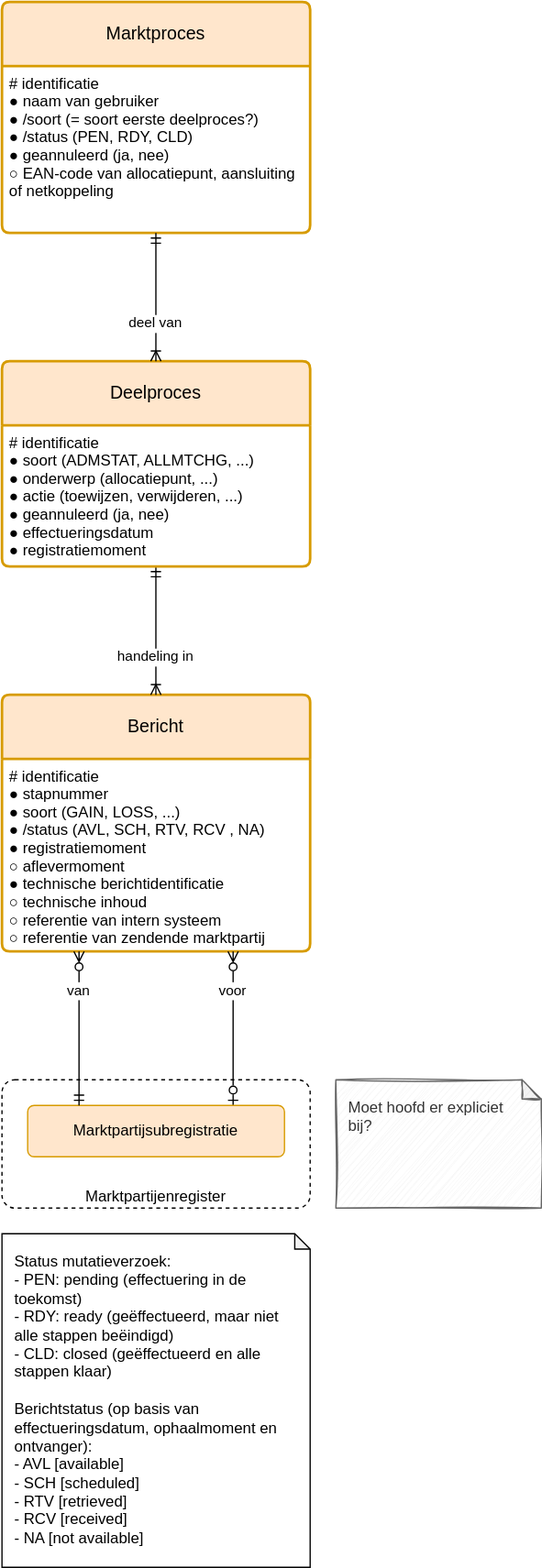
This is registers/marktprocesregister/1.0/marktprocesregister.drawio.svg from Netbeheer-Nederland/stelsel, a draw.io export, as it was before one commit. Source tidied: cells renumbered, new cells last; positions are measured from the earlier drawing's top-left corner, leaving out a move shared by most shapes. Source of this version:
```xml
<mxGraphModel>
  <root>
    <mxCell id="0" />
    <mxCell id="1" parent="0" />
    <mxCell id="2" value="Marktpartijenregister" style="rounded=1;whiteSpace=wrap;absoluteArcSize=1;dashed=1;fillColor=default;verticalAlign=bottom;spacingLeft=10;spacingRight=10;" parent="1" vertex="1">
      <mxGeometry y="840" width="240" height="100" as="geometry" />
    </mxCell>
    <mxCell id="3" value="Marktproces" style="swimlane;horizontal=1;startSize=50;rounded=1;fontSize=14;fontStyle=0;strokeWidth=2;shadow=0;dashed=0;align=center;arcSize=4;whiteSpace=wrap;spacing=10;fillColor=#ffe6cc;strokeColor=#d79b00;" parent="1" vertex="1">
      <mxGeometry width="240" height="180" as="geometry" />
    </mxCell>
    <mxCell id="4" value="# identificatie&#10;● naam van gebruiker&#10;● /soort (= soort eerste deelproces?)&#10;● /status (PEN, RDY, CLD)&#10;● geannuleerd (ja, nee)&#10;○ EAN-code van allocatiepunt, aansluiting&#10;   of netkoppeling" style="align=left;strokeColor=none;fillColor=none;spacingLeft=4;fontSize=12;verticalAlign=top;" parent="3" vertex="1">
      <mxGeometry y="50" width="240" height="130" as="geometry" />
    </mxCell>
    <mxCell id="5" value="Bericht" style="swimlane;horizontal=1;startSize=50;rounded=1;fontSize=14;fontStyle=0;strokeWidth=2;shadow=0;dashed=0;align=center;arcSize=4;whiteSpace=wrap;spacing=10;fillColor=#ffe6cc;strokeColor=#d79b00;" parent="1" vertex="1">
      <mxGeometry y="540" width="240" height="200" as="geometry" />
    </mxCell>
    <mxCell id="6" value="# identificatie&#10;● stapnummer&#10;● soort (GAIN, LOSS, ...)&#10;● /status (AVL, SCH, RTV, RCV , NA)&#10;● registratiemoment&#10;○ aflevermoment&#10;● technische berichtidentificatie&#10;○ technische inhoud&#10;○ referentie van intern systeem&#10;○ referentie van zendende marktpartij" style="align=left;strokeColor=none;fillColor=none;spacingLeft=4;fontSize=12;verticalAlign=top;" parent="5" vertex="1">
      <mxGeometry y="50" width="240" height="150" as="geometry" />
    </mxCell>
    <mxCell id="7" value="handeling in" style="endArrow=ERmandOne;edgeStyle=elbowEdgeStyle;endFill=0;startArrow=ERoneToMany;startFill=0;align=center;" parent="1" edge="1" source="5" target="8">
      <mxGeometry x="-0.4" relative="1" as="geometry" />
    </mxCell>
    <mxCell id="8" value="Deelproces" style="swimlane;horizontal=1;startSize=50;rounded=1;fontSize=14;fontStyle=0;strokeWidth=2;shadow=0;dashed=0;align=center;arcSize=4;whiteSpace=wrap;spacing=10;fillColor=#ffe6cc;strokeColor=#d79b00;" parent="1" vertex="1">
      <mxGeometry y="280" width="240" height="160" as="geometry" />
    </mxCell>
    <mxCell id="9" value="# identificatie&#10;● soort (ADMSTAT, ALLMTCHG, ...)&#10;● onderwerp (allocatiepunt, ...)&#10;● actie (toewijzen, verwijderen, ...)&#10;● geannuleerd (ja, nee)&#10;● effectueringsdatum&#10;● registratiemoment" style="align=left;strokeColor=none;fillColor=none;spacingLeft=4;fontSize=12;verticalAlign=top;" parent="8" vertex="1">
      <mxGeometry y="50" width="240" height="110" as="geometry" />
    </mxCell>
    <mxCell id="10" value="deel van" style="endArrow=ERmandOne;edgeStyle=elbowEdgeStyle;endFill=0;startArrow=ERoneToMany;startFill=0;align=center;" parent="1" edge="1" source="8" target="3">
      <mxGeometry x="-0.4" relative="1" as="geometry" />
    </mxCell>
    <mxCell id="11" value="voor" style="endArrow=ERzeroToOne;edgeStyle=elbowEdgeStyle;endFill=0;startArrow=ERzeroToMany;startFill=0;align=center;" parent="1" edge="1" source="5" target="12">
      <mxGeometry x="-0.5" relative="1" as="geometry">
        <Array as="points">
          <mxPoint x="180" y="800" />
        </Array>
      </mxGeometry>
    </mxCell>
    <mxCell id="12" value="Marktpartijsubregistratie" style="rounded=1;arcSize=10;whiteSpace=wrap;align=center;absoluteArcSize=1;spacing=10;fillColor=#ffe6cc;strokeColor=#d79b00;" parent="1" vertex="1">
      <mxGeometry x="20" y="860" width="200" height="40" as="geometry" />
    </mxCell>
    <mxCell id="13" value="van" style="endArrow=ERmandOne;edgeStyle=elbowEdgeStyle;endFill=0;startArrow=ERzeroToMany;startFill=0;align=center;" parent="1" edge="1" source="5" target="12">
      <mxGeometry x="-0.5" relative="1" as="geometry">
        <Array as="points">
          <mxPoint x="60" y="800" />
        </Array>
      </mxGeometry>
    </mxCell>
    <mxCell id="14" value="Status mutatieverzoek:&#10;- PEN: pending (effectuering in de toekomst)&#10;- RDY: ready (geëffectueerd, maar niet alle stappen beëindigd)&#10;- CLD: closed (geëffectueerd en alle stappen klaar)&#10;&#10;Berichtstatus (op basis van effectueringsdatum, ophaalmoment en ontvanger):&#10;- AVL [available]&#10;- SCH [scheduled]&#10;- RTV [retrieved]&#10;- RCV [received]&#10;- NA [not available]" style="shape=note;whiteSpace=wrap;backgroundOutline=1;darkOpacity=0.05;align=left;verticalAlign=top;size=12;spacing=10;" parent="1" vertex="1">
      <mxGeometry y="960" width="240" height="260" as="geometry" />
    </mxCell>
    <mxCell id="15" value="Moet hoofd er expliciet bij?" style="shape=note;whiteSpace=wrap;backgroundOutline=1;darkOpacity=0.05;align=left;verticalAlign=top;size=15;spacing=10;sketch=1;curveFitting=1;jiggle=2;fillColor=#f5f5f5;fontColor=#333333;strokeColor=#666666;" parent="1" vertex="1">
      <mxGeometry x="260" y="840" width="160" height="100" as="geometry" />
    </mxCell>
  </root>
</mxGraphModel>
```
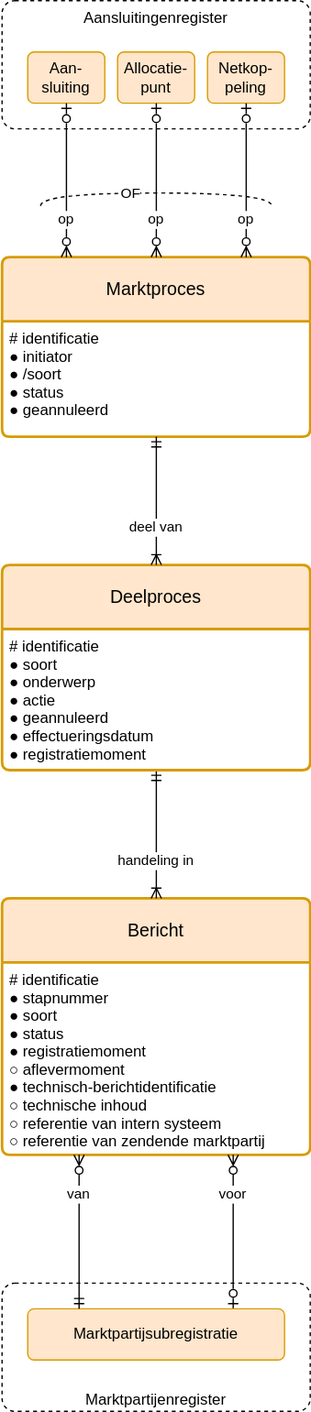
The same file after the commit.

Commit message:
marktprocesregister: definities

The edit, as a diff of the source:
```diff
@@ -6,15 +6,15 @@
       <mxGeometry y="840" width="240" height="100" as="geometry" />
     </mxCell>
     <mxCell id="3" value="Marktproces" style="swimlane;horizontal=1;startSize=50;rounded=1;fontSize=14;fontStyle=0;strokeWidth=2;shadow=0;dashed=0;align=center;arcSize=4;whiteSpace=wrap;spacing=10;fillColor=#ffe6cc;strokeColor=#d79b00;" parent="1" vertex="1">
-      <mxGeometry width="240" height="180" as="geometry" />
+      <mxGeometry y="40" width="240" height="140" as="geometry" />
     </mxCell>
-    <mxCell id="4" value="# identificatie&#10;● naam van gebruiker&#10;● /soort (= soort eerste deelproces?)&#10;● /status (PEN, RDY, CLD)&#10;● geannuleerd (ja, nee)&#10;○ EAN-code van allocatiepunt, aansluiting&#10;   of netkoppeling" style="align=left;strokeColor=none;fillColor=none;spacingLeft=4;fontSize=12;verticalAlign=top;" parent="3" vertex="1">
-      <mxGeometry y="50" width="240" height="130" as="geometry" />
+    <mxCell id="4" value="# identificatie&#10;● initiator&#10;● /soort&#10;● status&#10;● geannuleerd" style="align=left;strokeColor=none;fillColor=none;spacingLeft=4;fontSize=12;verticalAlign=top;" parent="3" vertex="1">
+      <mxGeometry y="50" width="240" height="90" as="geometry" />
     </mxCell>
     <mxCell id="5" value="Bericht" style="swimlane;horizontal=1;startSize=50;rounded=1;fontSize=14;fontStyle=0;strokeWidth=2;shadow=0;dashed=0;align=center;arcSize=4;whiteSpace=wrap;spacing=10;fillColor=#ffe6cc;strokeColor=#d79b00;" parent="1" vertex="1">
       <mxGeometry y="540" width="240" height="200" as="geometry" />
     </mxCell>
-    <mxCell id="6" value="# identificatie&#10;● stapnummer&#10;● soort (GAIN, LOSS, ...)&#10;● /status (AVL, SCH, RTV, RCV , NA)&#10;● registratiemoment&#10;○ aflevermoment&#10;● technische berichtidentificatie&#10;○ technische inhoud&#10;○ referentie van intern systeem&#10;○ referentie van zendende marktpartij" style="align=left;strokeColor=none;fillColor=none;spacingLeft=4;fontSize=12;verticalAlign=top;" parent="5" vertex="1">
+    <mxCell id="6" value="# identificatie&#10;● stapnummer&#10;● soort&#10;● status&#10;● registratiemoment&#10;○ aflevermoment&#10;● technisch-berichtidentificatie&#10;○ technische inhoud&#10;○ referentie van intern systeem&#10;○ referentie van zendende marktpartij" style="align=left;strokeColor=none;fillColor=none;spacingLeft=4;fontSize=12;verticalAlign=top;" parent="5" vertex="1">
       <mxGeometry y="50" width="240" height="150" as="geometry" />
     </mxCell>
     <mxCell id="7" value="handeling in" style="endArrow=ERmandOne;edgeStyle=elbowEdgeStyle;endFill=0;startArrow=ERoneToMany;startFill=0;align=center;" parent="1" edge="1" source="5" target="8">
@@ -23,7 +23,7 @@
     <mxCell id="8" value="Deelproces" style="swimlane;horizontal=1;startSize=50;rounded=1;fontSize=14;fontStyle=0;strokeWidth=2;shadow=0;dashed=0;align=center;arcSize=4;whiteSpace=wrap;spacing=10;fillColor=#ffe6cc;strokeColor=#d79b00;" parent="1" vertex="1">
       <mxGeometry y="280" width="240" height="160" as="geometry" />
     </mxCell>
-    <mxCell id="9" value="# identificatie&#10;● soort (ADMSTAT, ALLMTCHG, ...)&#10;● onderwerp (allocatiepunt, ...)&#10;● actie (toewijzen, verwijderen, ...)&#10;● geannuleerd (ja, nee)&#10;● effectueringsdatum&#10;● registratiemoment" style="align=left;strokeColor=none;fillColor=none;spacingLeft=4;fontSize=12;verticalAlign=top;" parent="8" vertex="1">
+    <mxCell id="9" value="# identificatie&#10;● soort&#10;● onderwerp&#10;● actie&#10;● geannuleerd&#10;● effectueringsdatum&#10;● registratiemoment" style="align=left;strokeColor=none;fillColor=none;spacingLeft=4;fontSize=12;verticalAlign=top;" parent="8" vertex="1">
       <mxGeometry y="50" width="240" height="110" as="geometry" />
     </mxCell>
     <mxCell id="10" value="deel van" style="endArrow=ERmandOne;edgeStyle=elbowEdgeStyle;endFill=0;startArrow=ERoneToMany;startFill=0;align=center;" parent="1" edge="1" source="8" target="3">
@@ -32,7 +32,7 @@
     <mxCell id="11" value="voor" style="endArrow=ERzeroToOne;edgeStyle=elbowEdgeStyle;endFill=0;startArrow=ERzeroToMany;startFill=0;align=center;" parent="1" edge="1" source="5" target="12">
       <mxGeometry x="-0.5" relative="1" as="geometry">
         <Array as="points">
-          <mxPoint x="180" y="800" />
+          <mxPoint x="180" y="840" />
         </Array>
       </mxGeometry>
     </mxCell>
@@ -42,15 +42,40 @@
     <mxCell id="13" value="van" style="endArrow=ERmandOne;edgeStyle=elbowEdgeStyle;endFill=0;startArrow=ERzeroToMany;startFill=0;align=center;" parent="1" edge="1" source="5" target="12">
       <mxGeometry x="-0.5" relative="1" as="geometry">
         <Array as="points">
-          <mxPoint x="60" y="800" />
+          <mxPoint x="60" y="840" />
         </Array>
       </mxGeometry>
     </mxCell>
-    <mxCell id="14" value="Status mutatieverzoek:&#10;- PEN: pending (effectuering in de toekomst)&#10;- RDY: ready (geëffectueerd, maar niet alle stappen beëindigd)&#10;- CLD: closed (geëffectueerd en alle stappen klaar)&#10;&#10;Berichtstatus (op basis van effectueringsdatum, ophaalmoment en ontvanger):&#10;- AVL [available]&#10;- SCH [scheduled]&#10;- RTV [retrieved]&#10;- RCV [received]&#10;- NA [not available]" style="shape=note;whiteSpace=wrap;backgroundOutline=1;darkOpacity=0.05;align=left;verticalAlign=top;size=12;spacing=10;" parent="1" vertex="1">
-      <mxGeometry y="960" width="240" height="260" as="geometry" />
-    </mxCell>
+    <mxCell id="16" value="Aansluitingenregister" style="rounded=1;whiteSpace=wrap;absoluteArcSize=1;dashed=1;fillColor=default;verticalAlign=top;spacingLeft=10;spacingRight=10;" parent="1" vertex="1">
+      <mxGeometry y="-160" width="240" height="100" as="geometry" />
+    </mxCell>
+    <mxCell id="17" value="Aan-sluiting" style="rounded=1;arcSize=10;whiteSpace=wrap;align=center;absoluteArcSize=1;spacing=10;fillColor=#ffe6cc;strokeColor=#d79b00;" parent="1" vertex="1">
+      <mxGeometry x="20" y="-120" width="60" height="40" as="geometry" />
+    </mxCell>
+    <mxCell id="18" value="Allocatie-punt" style="rounded=1;arcSize=10;whiteSpace=wrap;align=center;absoluteArcSize=1;spacing=10;fillColor=#ffe6cc;strokeColor=#d79b00;" parent="1" vertex="1">
+      <mxGeometry x="90" y="-120" width="60" height="40" as="geometry" />
+    </mxCell>
+    <mxCell id="19" value="Netkop-peling" style="rounded=1;arcSize=10;whiteSpace=wrap;align=center;absoluteArcSize=1;spacing=10;fillColor=#ffe6cc;strokeColor=#d79b00;" parent="1" vertex="1">
+      <mxGeometry x="160" y="-120" width="60" height="40" as="geometry" />
+    </mxCell>
+    <mxCell id="20" value="op" style="endArrow=ERzeroToOne;edgeStyle=elbowEdgeStyle;endFill=0;startArrow=ERzeroToMany;startFill=0;align=center;" parent="1" edge="1" source="3" target="17">
+      <mxGeometry x="-0.5" relative="1" as="geometry" />
+    </mxCell>
+    <mxCell id="21" value="op" style="endArrow=ERzeroToOne;edgeStyle=elbowEdgeStyle;endFill=0;startArrow=ERzeroToMany;startFill=0;align=center;" parent="1" edge="1" source="3" target="18">
+      <mxGeometry x="-0.5" relative="1" as="geometry" />
+    </mxCell>
+    <mxCell id="22" value="op" style="endArrow=ERzeroToOne;edgeStyle=elbowEdgeStyle;endFill=0;startArrow=ERzeroToMany;startFill=0;align=center;" parent="1" edge="1" source="3" target="19">
+      <mxGeometry x="-0.5" relative="1" as="geometry" />
+    </mxCell>
-    <mxCell id="15" value="Moet hoofd er expliciet bij?" style="shape=note;whiteSpace=wrap;backgroundOutline=1;darkOpacity=0.05;align=left;verticalAlign=top;size=15;spacing=10;sketch=1;curveFitting=1;jiggle=2;fillColor=#f5f5f5;fontColor=#333333;strokeColor=#666666;" parent="1" vertex="1">
-      <mxGeometry x="260" y="840" width="160" height="100" as="geometry" />
+    <mxCell id="15" value="OF" style="endArrow=none;dashed=1;html=1;edgeStyle=orthogonalEdgeStyle;curved=1;" parent="1" edge="1">
+      <mxGeometry x="-0.2" relative="1" as="geometry">
+        <mxPoint x="30" as="sourcePoint" />
+        <mxPoint x="210" as="targetPoint" />
+        <Array as="points">
+          <mxPoint x="30" y="-10" />
+          <mxPoint x="210" y="-10" />
+        </Array>
+      </mxGeometry>
     </mxCell>
   </root>
 </mxGraphModel>
```
